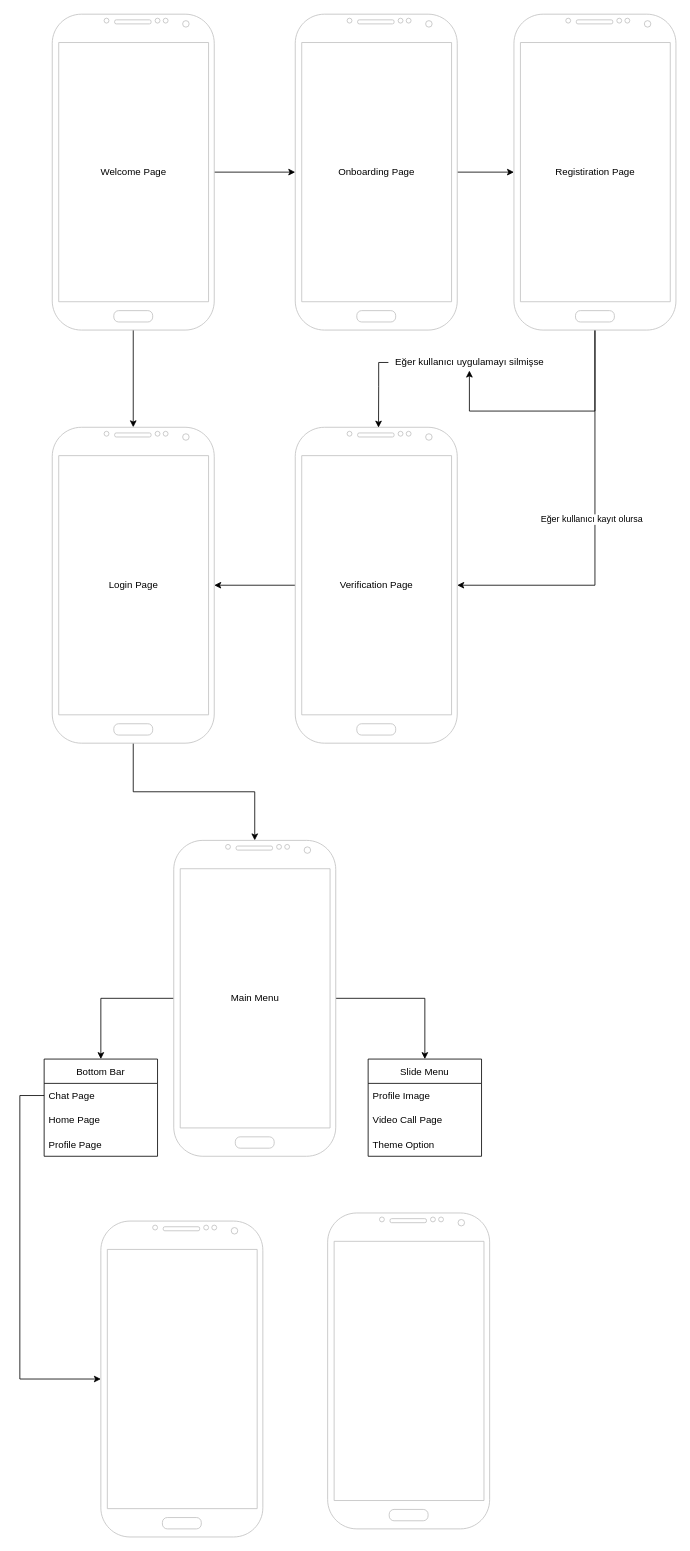
This is Untitled Diagram.drawio from MURABIT-PASHA/MURABIT-PASHA, a draw.io file, before an edit. Source tidied: cells renumbered, new cells numbered last; positions are measured from the earlier drawing's top-left corner, leaving out a move shared by most shapes. Both pictures are drawn from the tidied source at 81%, with x=0, y=0 at pixel (19, 14).
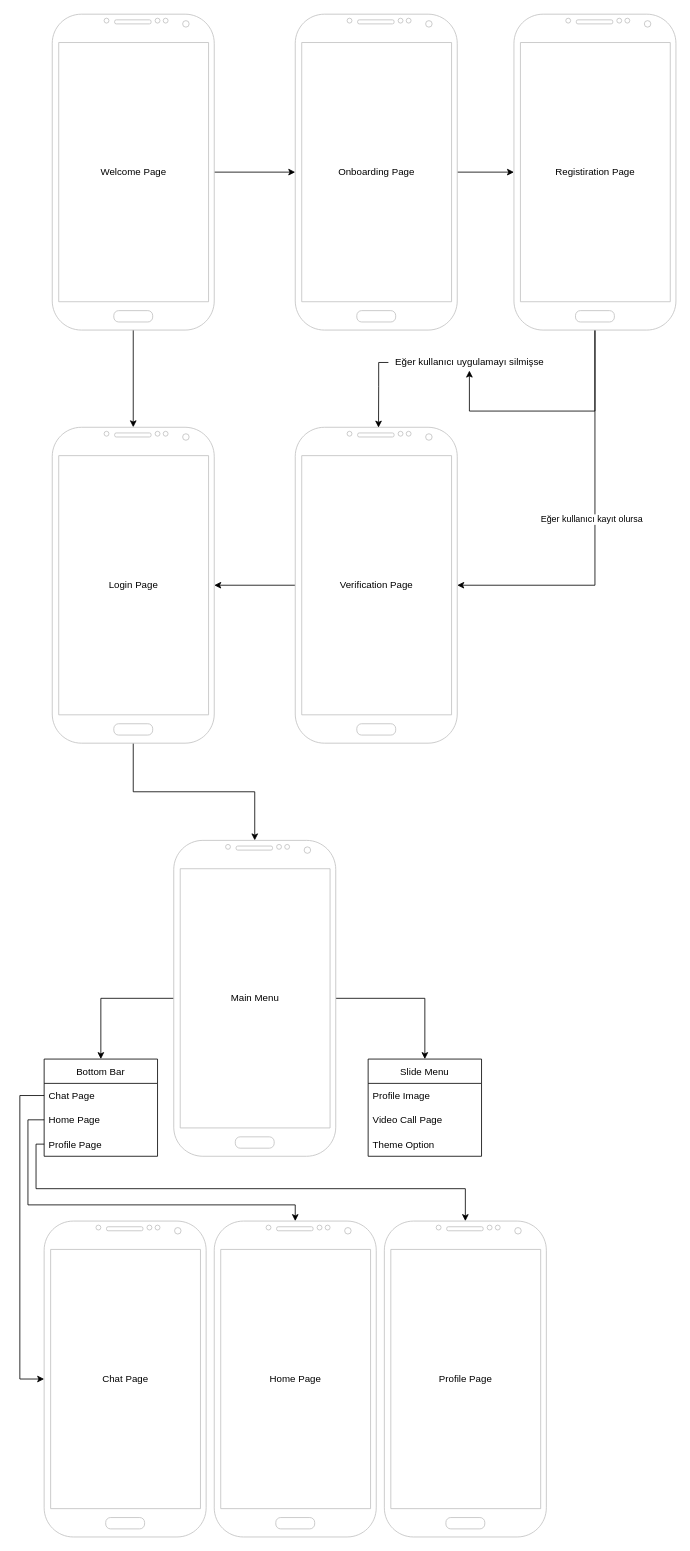
The same diagram, later.

Commit message:
e-scort app

The change refers to these unchanged cells:
```xml
<mxCell id="28" value="Home Page" style="text;strokeColor=none;fillColor=none;align=left;verticalAlign=middle;spacingLeft=4;spacingRight=4;overflow=hidden;points=[[0,0.5],[1,0.5]];portConstraint=eastwest;" parent="26" vertex="1">
  <mxGeometry y="60" width="140" height="30" as="geometry" />
</mxCell>
<mxCell id="29" value="Profile Page" style="text;strokeColor=none;fillColor=none;align=left;verticalAlign=middle;spacingLeft=4;spacingRight=4;overflow=hidden;points=[[0,0.5],[1,0.5]];portConstraint=eastwest;" parent="26" vertex="1">
  <mxGeometry y="90" width="140" height="30" as="geometry" />
</mxCell>
```

Diff of the diagram source:
```diff
@@
     <mxCell id="34" style="verticalLabelPosition=bottom;verticalAlign=top;html=1;shadow=0;dashed=0;strokeWidth=1;shape=mxgraph.android.phone2;strokeColor=#c0c0c0;" parent="1" vertex="1">
-      <mxGeometry x="100" y="1490" width="200" height="390" as="geometry" />
+      <mxGeometry x="30" y="1490" width="200" height="390" as="geometry" />
     </mxCell>
@@
     <mxCell id="36" style="verticalLabelPosition=bottom;verticalAlign=top;html=1;shadow=0;dashed=0;strokeWidth=1;shape=mxgraph.android.phone2;strokeColor=#c0c0c0;" parent="1" vertex="1">
-      <mxGeometry x="380" y="1480" width="200" height="390" as="geometry" />
+      <mxGeometry x="240" y="1490" width="200" height="390" as="geometry" />
     </mxCell>
+    <mxCell id="37" style="edgeStyle=orthogonalEdgeStyle;rounded=0;jettySize=auto;html=1;" parent="1" edge="1" source="28" target="36">
+      <mxGeometry relative="1" as="geometry">
+        <Array as="points">
+          <mxPoint x="10" y="1365" />
+          <mxPoint x="10" y="1470" />
+          <mxPoint x="340" y="1470" />
+        </Array>
+      </mxGeometry>
+    </mxCell>
+    <mxCell id="38" style="verticalLabelPosition=bottom;verticalAlign=top;html=1;shadow=0;dashed=0;strokeWidth=1;shape=mxgraph.android.phone2;strokeColor=#c0c0c0;" parent="1" vertex="1">
+      <mxGeometry x="450" y="1490" width="200" height="390" as="geometry" />
+    </mxCell>
+    <mxCell id="39" style="edgeStyle=orthogonalEdgeStyle;rounded=0;jettySize=auto;html=1;" parent="1" edge="1" source="29" target="38">
+      <mxGeometry relative="1" as="geometry">
+        <Array as="points">
+          <mxPoint x="20" y="1395" />
+          <mxPoint x="20" y="1450" />
+          <mxPoint x="550" y="1450" />
+        </Array>
+      </mxGeometry>
+    </mxCell>
+    <mxCell id="40" value="Chat Page" style="text;html=1;align=center;verticalAlign=middle;strokeColor=none;fillColor=none;" parent="1" vertex="1">
+      <mxGeometry x="95" y="1675" width="70" height="20" as="geometry" />
+    </mxCell>
+    <mxCell id="41" value="Home Page" style="text;html=1;align=center;verticalAlign=middle;strokeColor=none;fillColor=none;" parent="1" vertex="1">
+      <mxGeometry x="300" y="1675" width="80" height="20" as="geometry" />
+    </mxCell>
+    <mxCell id="42" value="Profile Page" style="text;html=1;align=center;verticalAlign=middle;strokeColor=none;fillColor=none;" parent="1" vertex="1">
+      <mxGeometry x="510" y="1675" width="80" height="20" as="geometry" />
+    </mxCell>
```
